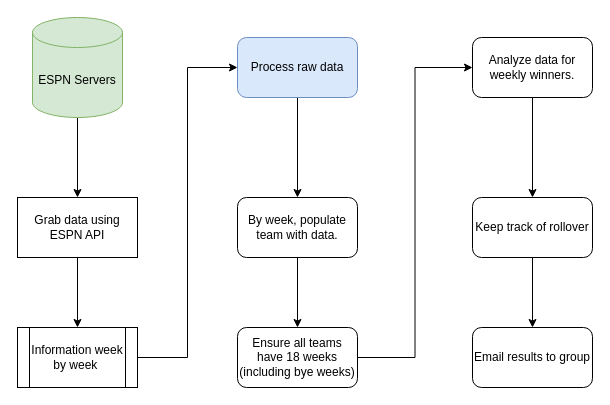
Earlier version of the draw.io diagram example/28PL-logic-diagram.drawio (austinlidey/28-point-league). Source tidied: cells renumbered, new cells numbered last; positions are measured from the earlier drawing's top-left corner, leaving out a move shared by most shapes. Both pictures are drawn from the tidied source at 100%, with x=0, y=0 at pixel (17, 17).
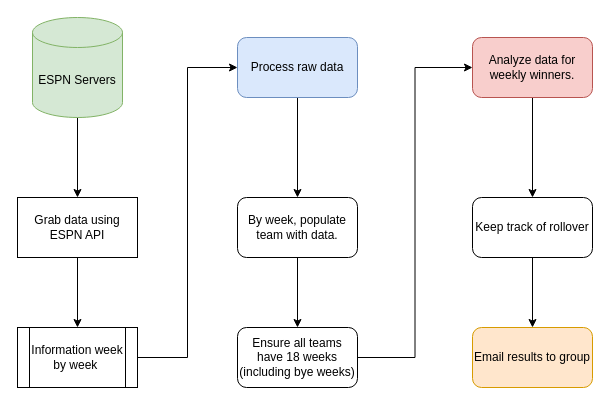
Above is the later version.

The edit, as a diff of the source:
```diff
@@
 <mxGraphModel>
   <root>
     <mxCell id="0" />
     <mxCell id="1" parent="0" />
     <mxCell id="2" style="edgeStyle=orthogonalEdgeStyle;rounded=0;jettySize=auto;html=1;" parent="1" edge="1" source="3" target="5">
       <mxGeometry relative="1" as="geometry" />
     </mxCell>
     <mxCell id="3" value="ESPN Servers" style="shape=cylinder3;whiteSpace=wrap;html=1;boundedLbl=1;backgroundOutline=1;size=15;fillColor=#d5e8d4;strokeColor=#82b366;" parent="1" vertex="1">
       <mxGeometry x="15" width="90" height="100" as="geometry" />
     </mxCell>
     <mxCell id="4" style="edgeStyle=orthogonalEdgeStyle;rounded=0;jettySize=auto;html=1;exitX=0.5;exitY=1;exitDx=0;exitDy=0;entryX=0.5;entryY=0;entryDx=0;entryDy=0;" parent="1" edge="1" source="5" target="7">
       <mxGeometry relative="1" as="geometry" />
     </mxCell>
     <mxCell id="5" value="Grab data using ESPN API" style="whiteSpace=wrap;html=1;" parent="1" vertex="1">
       <mxGeometry y="180" width="120" height="60" as="geometry" />
     </mxCell>
     <mxCell id="6" style="edgeStyle=orthogonalEdgeStyle;rounded=0;jettySize=auto;html=1;entryX=0;entryY=0.5;entryDx=0;entryDy=0;" parent="1" edge="1" source="7" target="9">
       <mxGeometry relative="1" as="geometry" />
     </mxCell>
     <mxCell id="7" value="Information week by week&amp;nbsp;" style="shape=process;whiteSpace=wrap;html=1;backgroundOutline=1;" parent="1" vertex="1">
       <mxGeometry y="310" width="120" height="60" as="geometry" />
     </mxCell>
     <mxCell id="8" style="edgeStyle=orthogonalEdgeStyle;rounded=0;jettySize=auto;html=1;" parent="1" edge="1" source="9" target="11">
       <mxGeometry relative="1" as="geometry" />
     </mxCell>
     <mxCell id="9" value="Process raw data" style="rounded=1;whiteSpace=wrap;html=1;fillColor=#dae8fc;strokeColor=#6c8ebf;" parent="1" vertex="1">
       <mxGeometry x="220" y="20" width="120" height="60" as="geometry" />
     </mxCell>
     <mxCell id="10" style="edgeStyle=orthogonalEdgeStyle;rounded=0;jettySize=auto;html=1;" parent="1" edge="1" source="11" target="13">
       <mxGeometry relative="1" as="geometry" />
     </mxCell>
     <mxCell id="11" value="By week, populate team with data." style="rounded=1;whiteSpace=wrap;html=1;" parent="1" vertex="1">
       <mxGeometry x="220" y="180" width="120" height="60" as="geometry" />
     </mxCell>
     <mxCell id="12" style="edgeStyle=orthogonalEdgeStyle;rounded=0;jettySize=auto;html=1;entryX=0;entryY=0.5;entryDx=0;entryDy=0;" parent="1" edge="1" source="13" target="15">
       <mxGeometry relative="1" as="geometry" />
     </mxCell>
     <mxCell id="13" value="Ensure all teams have 18 weeks (including bye weeks)" style="rounded=1;whiteSpace=wrap;html=1;" parent="1" vertex="1">
       <mxGeometry x="220" y="310" width="120" height="60" as="geometry" />
     </mxCell>
     <mxCell id="14" style="edgeStyle=orthogonalEdgeStyle;rounded=0;jettySize=auto;html=1;" parent="1" edge="1" source="15" target="17">
       <mxGeometry relative="1" as="geometry" />
     </mxCell>
-    <mxCell id="15" value="Analyze data for weekly winners." style="rounded=1;whiteSpace=wrap;html=1;" parent="1" vertex="1">
+    <mxCell id="15" value="Analyze data for weekly winners." style="rounded=1;whiteSpace=wrap;html=1;fillColor=#f8cecc;strokeColor=#b85450;" parent="1" vertex="1">
       <mxGeometry x="455" y="20" width="120" height="60" as="geometry" />
     </mxCell>
     <mxCell id="16" style="edgeStyle=orthogonalEdgeStyle;rounded=0;jettySize=auto;html=1;" parent="1" edge="1" source="17" target="18">
       <mxGeometry relative="1" as="geometry" />
     </mxCell>
     <mxCell id="17" value="Keep track of rollover" style="rounded=1;whiteSpace=wrap;html=1;" parent="1" vertex="1">
       <mxGeometry x="455" y="180" width="120" height="60" as="geometry" />
     </mxCell>
-    <mxCell id="18" value="Email results to group" style="rounded=1;whiteSpace=wrap;html=1;" parent="1" vertex="1">
+    <mxCell id="18" value="Email results to group" style="rounded=1;whiteSpace=wrap;html=1;fillColor=#ffe6cc;strokeColor=#d79b00;" parent="1" vertex="1">
       <mxGeometry x="455" y="310" width="120" height="60" as="geometry" />
     </mxCell>
   </root>
 </mxGraphModel>
```
